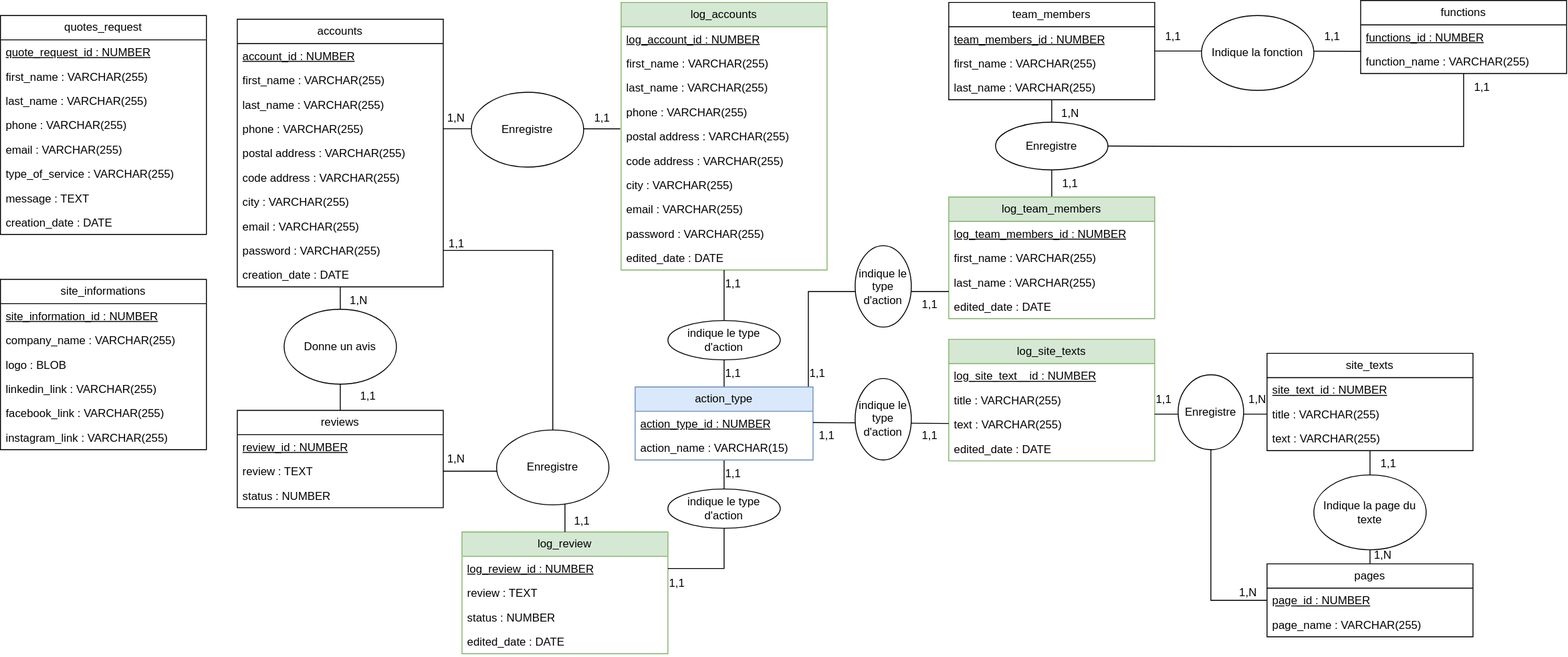
Before: bdd/BDD_site.svg, a diagram exported from draw.io (G-MARTEL/sae5). Source tidied: cells renumbered, new cells last; positions are measured from the earlier drawing's top-left corner, leaving out a move shared by most shapes.
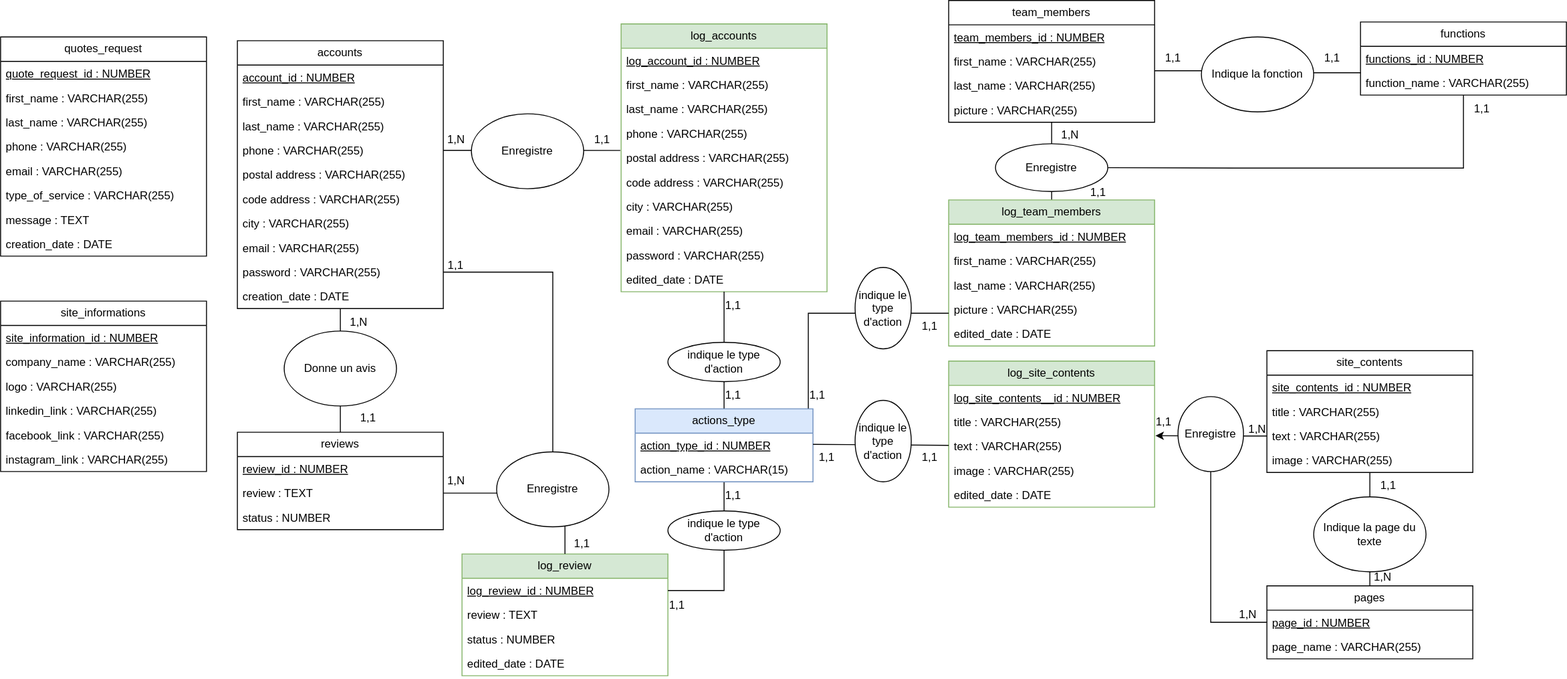
After the commit.

Commit message:
Modification du MCD et MPD pour y ajouter la gestion des images pour le contenu du site et également pour les membres de l'équipe + modification du format de données pour les images (BLOB -> VARCHAR)

.

Change to the diagram source:
```diff
@@ -137,7 +137,7 @@
     <mxCell id="46" value="company_name : VARCHAR(255)" style="text;strokeColor=none;fillColor=none;align=left;verticalAlign=top;spacingLeft=4;spacingRight=4;overflow=hidden;whiteSpace=wrap;html=1;" parent="44" vertex="1">
       <mxGeometry y="52" width="220" height="26" as="geometry" />
     </mxCell>
-    <mxCell id="47" value="logo : BLOB" style="text;strokeColor=none;fillColor=none;align=left;verticalAlign=top;spacingLeft=4;spacingRight=4;overflow=hidden;whiteSpace=wrap;html=1;" parent="44" vertex="1">
+    <mxCell id="47" value="logo : VARCHAR(255)" style="text;strokeColor=none;fillColor=none;align=left;verticalAlign=top;spacingLeft=4;spacingRight=4;overflow=hidden;whiteSpace=wrap;html=1;" parent="44" vertex="1">
       <mxGeometry y="78" width="220" height="26" as="geometry" />
     </mxCell>
     <mxCell id="48" value="linkedin_link : VARCHAR(255)" style="text;strokeColor=none;fillColor=none;align=left;verticalAlign=top;spacingLeft=4;spacingRight=4;overflow=hidden;whiteSpace=wrap;html=1;" parent="44" vertex="1">
@@ -152,10 +152,10 @@
     <mxCell id="51" style="edgeStyle=orthogonalEdgeStyle;rounded=0;jettySize=auto;html=1;entryX=0.5;entryY=0;entryDx=0;entryDy=0;endArrow=none;endFill=0;" parent="1" edge="1" source="52" target="56">
       <mxGeometry relative="1" as="geometry" />
     </mxCell>
-    <mxCell id="52" value="&lt;span style=&quot;font-weight: normal;&quot;&gt;site_texts&lt;/span&gt;" style="swimlane;fontStyle=1;horizontal=1;startSize=26;fillColor=none;whiteSpace=wrap;html=1;" parent="1" vertex="1">
-      <mxGeometry x="1353" y="377" width="220" height="104" as="geometry" />
+    <mxCell id="52" value="&lt;span style=&quot;font-weight: normal;&quot;&gt;site_contents&lt;/span&gt;" style="swimlane;fontStyle=1;horizontal=1;startSize=26;fillColor=none;whiteSpace=wrap;html=1;" parent="1" vertex="1">
+      <mxGeometry x="1353" y="351" width="220" height="130" as="geometry" />
     </mxCell>
-    <mxCell id="53" value="&lt;u&gt;site_text_id : NUMBER&lt;/u&gt;" style="text;strokeColor=none;fillColor=none;align=left;verticalAlign=top;spacingLeft=4;spacingRight=4;overflow=hidden;whiteSpace=wrap;html=1;" parent="52" vertex="1">
+    <mxCell id="53" value="&lt;u&gt;site_contents_id : NUMBER&lt;/u&gt;" style="text;strokeColor=none;fillColor=none;align=left;verticalAlign=top;spacingLeft=4;spacingRight=4;overflow=hidden;whiteSpace=wrap;html=1;" parent="52" vertex="1">
       <mxGeometry y="26" width="220" height="26" as="geometry" />
     </mxCell>
     <mxCell id="54" value="title : VARCHAR(255)" style="text;strokeColor=none;fillColor=none;align=left;verticalAlign=top;spacingLeft=4;spacingRight=4;overflow=hidden;points=[[0,0.5],[1,0.5]];portConstraint=eastwest;whiteSpace=wrap;html=1;" parent="52" vertex="1">
@@ -164,6 +164,9 @@
     <mxCell id="55" value="text : VARCHAR(255)" style="text;strokeColor=none;fillColor=none;align=left;verticalAlign=top;spacingLeft=4;spacingRight=4;overflow=hidden;points=[[0,0.5],[1,0.5]];portConstraint=eastwest;whiteSpace=wrap;html=1;" parent="52" vertex="1">
       <mxGeometry y="78" width="220" height="26" as="geometry" />
     </mxCell>
+    <mxCell id="126" value="image : VARCHAR(255)" style="text;strokeColor=none;fillColor=none;align=left;verticalAlign=top;spacingLeft=4;spacingRight=4;overflow=hidden;whiteSpace=wrap;html=1;" parent="52" vertex="1">
+      <mxGeometry y="104" width="220" height="26" as="geometry" />
+    </mxCell>
     <mxCell id="56" value="&lt;span style=&quot;font-weight: normal;&quot;&gt;pages&lt;/span&gt;" style="swimlane;fontStyle=1;horizontal=1;startSize=26;fillColor=none;whiteSpace=wrap;html=1;" parent="1" vertex="1">
       <mxGeometry x="1353" y="602" width="220" height="78" as="geometry" />
     </mxCell>
@@ -177,7 +180,7 @@
       <mxGeometry relative="1" as="geometry" />
     </mxCell>
     <mxCell id="60" value="&lt;span style=&quot;font-weight: 400;&quot;&gt;team_members&lt;/span&gt;" style="swimlane;fontStyle=1;horizontal=1;startSize=26;fillColor=none;whiteSpace=wrap;html=1;" parent="1" vertex="1">
-      <mxGeometry x="1013" y="2" width="220" height="104" as="geometry" />
+      <mxGeometry x="1013" y="-23" width="220" height="130" as="geometry" />
     </mxCell>
     <mxCell id="61" value="&lt;u&gt;&lt;span style=&quot;text-align: center;&quot;&gt;team_members&lt;/span&gt;_id : NUMBER&lt;/u&gt;" style="text;strokeColor=none;fillColor=none;align=left;verticalAlign=top;spacingLeft=4;spacingRight=4;overflow=hidden;whiteSpace=wrap;html=1;" parent="60" vertex="1">
       <mxGeometry y="26" width="220" height="26" as="geometry" />
@@ -188,6 +191,9 @@
     <mxCell id="63" value="last_name : VARCHAR(255)" style="text;strokeColor=none;fillColor=none;align=left;verticalAlign=top;spacingLeft=4;spacingRight=4;overflow=hidden;whiteSpace=wrap;html=1;" parent="60" vertex="1">
       <mxGeometry y="78" width="220" height="26" as="geometry" />
     </mxCell>
+    <mxCell id="127" value="picture : VARCHAR(255)" style="text;strokeColor=none;fillColor=none;align=left;verticalAlign=top;spacingLeft=4;spacingRight=4;overflow=hidden;whiteSpace=wrap;html=1;" parent="60" vertex="1">
+      <mxGeometry y="104" width="220" height="26" as="geometry" />
+    </mxCell>
     <mxCell id="64" style="edgeStyle=orthogonalEdgeStyle;rounded=0;jettySize=auto;html=1;entryX=1;entryY=0.5;entryDx=0;entryDy=0;endArrow=none;endFill=0;" parent="1" edge="1" source="65" target="80">
       <mxGeometry relative="1" as="geometry">
         <Array as="points">
@@ -205,10 +211,10 @@
     <mxCell id="67" value="&lt;div style=&quot;text-align: center;&quot;&gt;&lt;span style=&quot;background-color: initial;&quot;&gt;function_name : VARCHAR(255)&lt;/span&gt;&lt;/div&gt;" style="text;strokeColor=none;fillColor=none;align=left;verticalAlign=top;spacingLeft=4;spacingRight=4;overflow=hidden;points=[[0,0.5],[1,0.5]];portConstraint=eastwest;whiteSpace=wrap;html=1;" parent="65" vertex="1">
       <mxGeometry y="52" width="220" height="26" as="geometry" />
     </mxCell>
-    <mxCell id="68" value="&lt;span style=&quot;font-weight: normal;&quot;&gt;log_site_texts&lt;/span&gt;" style="swimlane;fontStyle=1;horizontal=1;startSize=26;fillColor=#d5e8d4;whiteSpace=wrap;html=1;strokeColor=#82b366;" parent="1" vertex="1">
-      <mxGeometry x="1013" y="362" width="220" height="130" as="geometry" />
+    <mxCell id="68" value="&lt;span style=&quot;font-weight: normal;&quot;&gt;log_site_contents&lt;/span&gt;" style="swimlane;fontStyle=1;horizontal=1;startSize=26;fillColor=#d5e8d4;whiteSpace=wrap;html=1;strokeColor=#82b366;" parent="1" vertex="1">
+      <mxGeometry x="1013" y="362" width="220" height="156" as="geometry" />
     </mxCell>
-    <mxCell id="69" value="&lt;u&gt;log_site_text__id : NUMBER&lt;/u&gt;" style="text;strokeColor=none;fillColor=none;align=left;verticalAlign=top;spacingLeft=4;spacingRight=4;overflow=hidden;whiteSpace=wrap;html=1;" parent="68" vertex="1">
+    <mxCell id="69" value="&lt;u&gt;log_site_contents__id : NUMBER&lt;/u&gt;" style="text;strokeColor=none;fillColor=none;align=left;verticalAlign=top;spacingLeft=4;spacingRight=4;overflow=hidden;whiteSpace=wrap;html=1;" parent="68" vertex="1">
       <mxGeometry y="26" width="220" height="26" as="geometry" />
     </mxCell>
     <mxCell id="70" value="title : VARCHAR(255)" style="text;strokeColor=none;fillColor=none;align=left;verticalAlign=top;spacingLeft=4;spacingRight=4;overflow=hidden;whiteSpace=wrap;html=1;" parent="68" vertex="1">
@@ -217,11 +223,14 @@
     <mxCell id="71" value="text : VARCHAR(255)" style="text;strokeColor=none;fillColor=none;align=left;verticalAlign=top;spacingLeft=4;spacingRight=4;overflow=hidden;points=[[0,0.5],[1,0.5]];portConstraint=eastwest;whiteSpace=wrap;html=1;" parent="68" vertex="1">
       <mxGeometry y="78" width="220" height="26" as="geometry" />
     </mxCell>
+    <mxCell id="128" value="image : VARCHAR(255)" style="text;strokeColor=none;fillColor=none;align=left;verticalAlign=top;spacingLeft=4;spacingRight=4;overflow=hidden;whiteSpace=wrap;html=1;" parent="68" vertex="1">
+      <mxGeometry y="104" width="220" height="26" as="geometry" />
+    </mxCell>
     <mxCell id="72" value="edited_date : DATE" style="text;strokeColor=none;fillColor=none;align=left;verticalAlign=top;spacingLeft=4;spacingRight=4;overflow=hidden;whiteSpace=wrap;html=1;" parent="68" vertex="1">
-      <mxGeometry y="104" width="220" height="26" as="geometry" />
+      <mxGeometry y="130" width="220" height="26" as="geometry" />
     </mxCell>
     <mxCell id="73" value="&lt;span style=&quot;font-weight: 400;&quot;&gt;log_team_members&lt;/span&gt;" style="swimlane;fontStyle=1;horizontal=1;startSize=26;fillColor=#d5e8d4;whiteSpace=wrap;html=1;strokeColor=#82b366;" parent="1" vertex="1">
-      <mxGeometry x="1013" y="210" width="220" height="130" as="geometry" />
+      <mxGeometry x="1013" y="190" width="220" height="156" as="geometry" />
     </mxCell>
     <mxCell id="74" value="&lt;u&gt;&lt;span style=&quot;text-align: center;&quot;&gt;log_team_members&lt;/span&gt;_id : NUMBER&lt;/u&gt;" style="text;strokeColor=none;fillColor=none;align=left;verticalAlign=top;spacingLeft=4;spacingRight=4;overflow=hidden;whiteSpace=wrap;html=1;" parent="73" vertex="1">
       <mxGeometry y="26" width="220" height="26" as="geometry" />
@@ -232,8 +241,11 @@
     <mxCell id="76" value="last_name : VARCHAR(255)" style="text;strokeColor=none;fillColor=none;align=left;verticalAlign=top;spacingLeft=4;spacingRight=4;overflow=hidden;whiteSpace=wrap;html=1;" parent="73" vertex="1">
       <mxGeometry y="78" width="220" height="26" as="geometry" />
     </mxCell>
+    <mxCell id="129" value="picture : VARCHAR(255)" style="text;strokeColor=none;fillColor=none;align=left;verticalAlign=top;spacingLeft=4;spacingRight=4;overflow=hidden;whiteSpace=wrap;html=1;" parent="73" vertex="1">
+      <mxGeometry y="104" width="220" height="26" as="geometry" />
+    </mxCell>
     <mxCell id="77" value="edited_date : DATE" style="text;strokeColor=none;fillColor=none;align=left;verticalAlign=top;spacingLeft=4;spacingRight=4;overflow=hidden;whiteSpace=wrap;html=1;" parent="73" vertex="1">
-      <mxGeometry y="104" width="220" height="26" as="geometry" />
+      <mxGeometry y="130" width="220" height="26" as="geometry" />
     </mxCell>
     <mxCell id="78" value="Enregistre" style="ellipse;whiteSpace=wrap;html=1;" parent="1" vertex="1">
       <mxGeometry x="503" y="98" width="120" height="80" as="geometry" />
@@ -266,7 +278,7 @@
       <mxGeometry x="1113" y="106" width="60" height="30" as="geometry" />
     </mxCell>
     <mxCell id="88" value="1,1" style="text;html=1;align=center;verticalAlign=middle;whiteSpace=wrap;rounded=0;" parent="1" vertex="1">
-      <mxGeometry x="1113" y="181" width="60" height="30" as="geometry" />
+      <mxGeometry x="1143" y="167" width="60" height="30" as="geometry" />
     </mxCell>
     <mxCell id="89" value="1,N" style="text;html=1;align=center;verticalAlign=middle;whiteSpace=wrap;rounded=0;" parent="1" vertex="1">
       <mxGeometry x="1447" y="578" width="60" height="30" as="geometry" />
@@ -281,7 +293,7 @@
       <mxGeometry x="603" y="547" width="37" height="20" as="geometry" />
     </mxCell>
     <mxCell id="93" value="1,N" style="text;html=1;align=center;verticalAlign=middle;whiteSpace=wrap;rounded=0;" parent="1" vertex="1">
-      <mxGeometry x="1313" y="412" width="60" height="30" as="geometry" />
+      <mxGeometry x="1313" y="420" width="60" height="30" as="geometry" />
     </mxCell>
     <mxCell id="94" value="1,1" style="text;html=1;align=center;verticalAlign=middle;whiteSpace=wrap;rounded=0;" parent="1" vertex="1">
       <mxGeometry x="1213" y="412" width="60" height="30" as="geometry" />
@@ -289,16 +301,13 @@
     <mxCell id="95" value="Donne un avis" style="ellipse;whiteSpace=wrap;html=1;" parent="1" vertex="1">
       <mxGeometry x="303" y="330" width="120" height="80" as="geometry" />
     </mxCell>
-    <mxCell id="96" style="edgeStyle=orthogonalEdgeStyle;rounded=0;jettySize=auto;html=1;endArrow=none;endFill=0;" parent="1" edge="1" source="54">
-      <mxGeometry relative="1" as="geometry">
-        <mxPoint x="1233" y="442" as="targetPoint" />
-      </mxGeometry>
-    </mxCell>
-    <mxCell id="97" value="Enregistre" style="ellipse;whiteSpace=wrap;html=1;" parent="1" vertex="1">
-      <mxGeometry x="1258" y="400" width="70" height="80" as="geometry" />
-    </mxCell>
     <mxCell id="98" style="edgeStyle=orthogonalEdgeStyle;rounded=0;jettySize=auto;html=1;entryX=0.001;entryY=0.085;entryDx=0;entryDy=0;entryPerimeter=0;endArrow=none;endFill=0;" parent="1" edge="1" source="60" target="67">
-      <mxGeometry relative="1" as="geometry" />
+      <mxGeometry relative="1" as="geometry">
+        <Array as="points">
+          <mxPoint x="1343" y="52" />
+          <mxPoint x="1343" y="54" />
+        </Array>
+      </mxGeometry>
     </mxCell>
     <mxCell id="99" value="Indique la fonction" style="ellipse;whiteSpace=wrap;html=1;" parent="1" vertex="1">
       <mxGeometry x="1283" y="16" width="120" height="80" as="geometry" />
@@ -317,7 +326,7 @@
     <mxCell id="102" style="edgeStyle=orthogonalEdgeStyle;rounded=0;jettySize=auto;html=1;entryX=1;entryY=0.5;entryDx=0;entryDy=0;endArrow=none;endFill=0;" parent="1" edge="1" source="103" target="40">
       <mxGeometry relative="1" as="geometry" />
     </mxCell>
-    <mxCell id="103" value="action_type" style="swimlane;fontStyle=0;horizontal=1;startSize=26;fillColor=#dae8fc;whiteSpace=wrap;html=1;strokeColor=#6c8ebf;" parent="1" vertex="1">
+    <mxCell id="103" value="actions_type" style="swimlane;fontStyle=0;horizontal=1;startSize=26;fillColor=#dae8fc;whiteSpace=wrap;html=1;strokeColor=#6c8ebf;" parent="1" vertex="1">
       <mxGeometry x="678" y="413" width="190" height="78" as="geometry" />
     </mxCell>
     <mxCell id="104" value="&lt;u&gt;action_type_id : NUMBER&lt;/u&gt;" style="text;strokeColor=none;fillColor=none;align=left;verticalAlign=top;spacingLeft=4;spacingRight=4;overflow=hidden;whiteSpace=wrap;html=1;" parent="103" vertex="1">
@@ -389,5 +398,11 @@
     <mxCell id="125" value="1,1" style="text;html=1;align=center;verticalAlign=middle;whiteSpace=wrap;rounded=0;" parent="1" vertex="1">
       <mxGeometry x="468.5" y="250" width="37" height="20" as="geometry" />
     </mxCell>
+    <mxCell id="130" style="edgeStyle=orthogonalEdgeStyle;rounded=0;jettySize=auto;html=1;entryX=1.004;entryY=0.066;entryDx=0;entryDy=0;entryPerimeter=0;" parent="1" edge="1" source="55" target="71">
+      <mxGeometry relative="1" as="geometry" />
+    </mxCell>
+    <mxCell id="97" value="Enregistre" style="ellipse;whiteSpace=wrap;html=1;" parent="1" vertex="1">
+      <mxGeometry x="1258" y="400" width="70" height="80" as="geometry" />
+    </mxCell>
   </root>
 </mxGraphModel>
```
